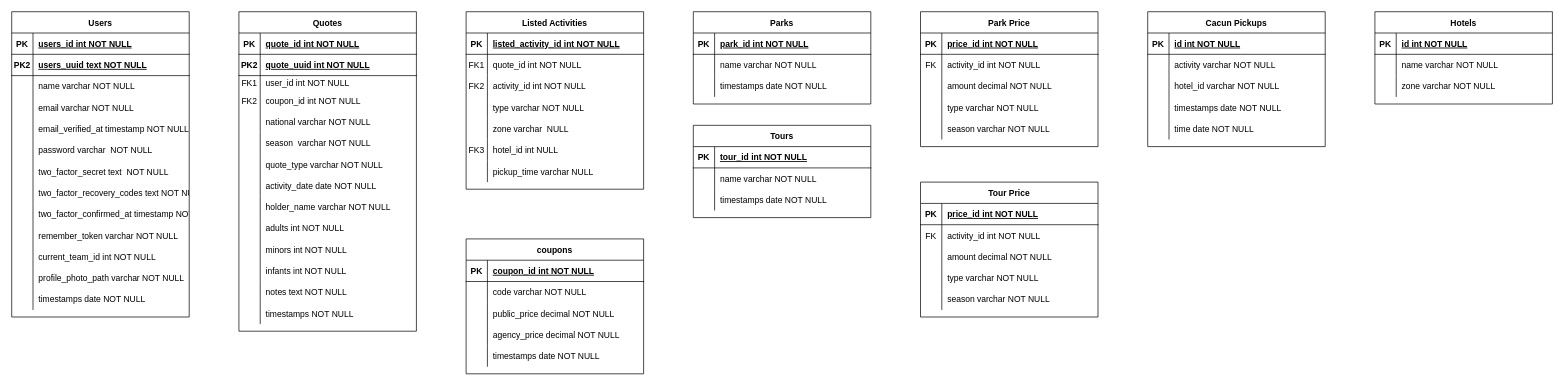
Before: Diagrama sin título.drawio in Pcbtroniks/quote, a draw.io diagram. Source tidied: cells renumbered, new cells numbered last; positions are measured from the earlier drawing's top-left corner, leaving out a move shared by most shapes. Both pictures are drawn from the tidied source at 71%, with x=0, y=0 at pixel (11, 11).
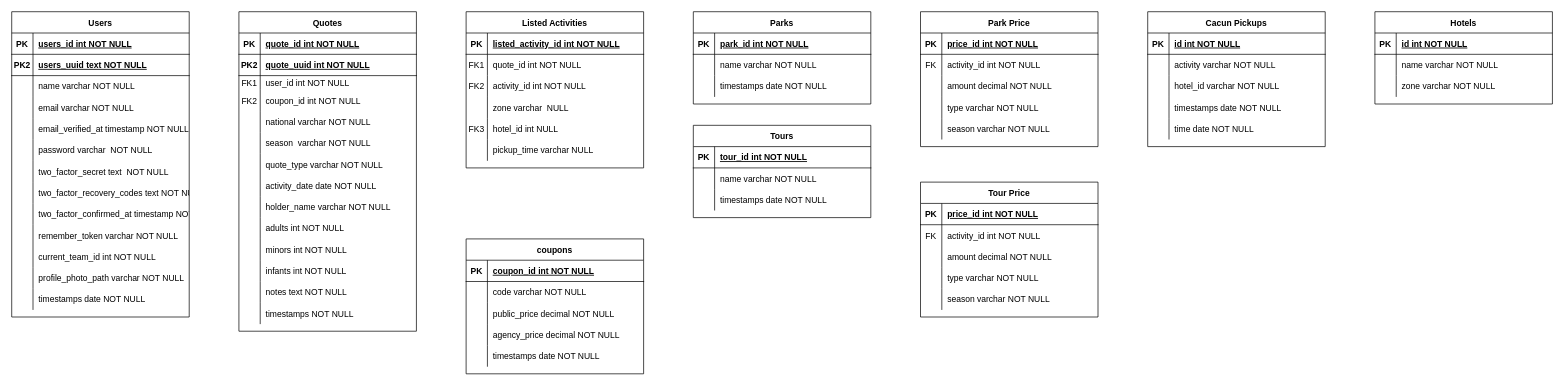
Above is the later version.

Commit message:
ND NO TYPE ON LISTED ACTIVITY.drawio

What changed in the source:
```diff
@@
     <mxCell id="137" value="Listed Activities" style="shape=table;startSize=30;childLayout=tableLayout;rowLines=0;fontStyle=1;align=center;" parent="1" vertex="1">
-      <mxGeometry x="640" width="250" height="250" as="geometry" />
+      <mxGeometry x="640" width="250" height="220" as="geometry" />
     </mxCell>
@@
-    <mxCell id="147" style="shape=partialRectangle;fillColor=none;top=0;left=0;right=0;bottom=0;" parent="137" vertex="1">
-      <mxGeometry y="120" width="250" height="30" as="geometry" />
-    </mxCell>
-    <mxCell id="148" style="shape=partialRectangle;overflow=hidden;fillColor=none;top=0;left=0;bottom=0;right=0;" parent="147" vertex="1">
-      <mxGeometry width="30" height="30" as="geometry" />
-    </mxCell>
-    <mxCell id="149" value="type varchar NOT NULL" style="shape=partialRectangle;overflow=hidden;fillColor=none;top=0;left=0;bottom=0;right=0;align=left;spacingLeft=6;" parent="147" vertex="1">
-      <mxGeometry x="30" width="220" height="30" as="geometry" />
-    </mxCell>
     <mxCell id="150" style="shape=partialRectangle;fillColor=none;top=0;left=0;right=0;bottom=0;" parent="137" vertex="1">
-      <mxGeometry y="150" width="250" height="30" as="geometry" />
+      <mxGeometry y="120" width="250" height="30" as="geometry" />
     </mxCell>
@@
     <mxCell id="153" style="shape=partialRectangle;fillColor=none;top=0;left=0;right=0;bottom=0;" parent="137" vertex="1">
-      <mxGeometry y="180" width="250" height="30" as="geometry" />
+      <mxGeometry y="150" width="250" height="30" as="geometry" />
     </mxCell>
@@
     <mxCell id="156" style="shape=partialRectangle;fillColor=none;top=0;left=0;right=0;bottom=0;" parent="137" vertex="1">
-      <mxGeometry y="210" width="250" height="30" as="geometry" />
+      <mxGeometry y="180" width="250" height="30" as="geometry" />
     </mxCell>
```
